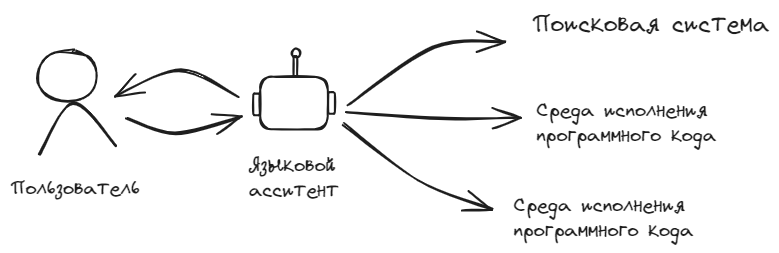
This is images/theory/llm/tool.excalidraw.png from NMashalov/EducationGenerativeModelApplication, a Excalidraw export, as it was before one commit. Source tidied: one line per element, renumbered; positions are measured from the earlier drawing's top-left corner, leaving out a move shared by most shapes.
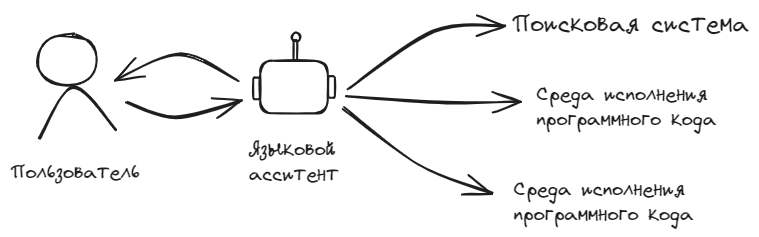
After the change.

The edit, as a diff of the source:
```diff
@@ -6,8 +6,8 @@
 {"id": 5, "type": "arrow", "strokeColor": "#1e1e1e", "strokeWidth": 2, "roughness": 1, "endArrowhead": "arrow", "round": true, "to": 1, "x": 117, "y": 108, "width": 113, "height": 16, "points": [[0, 0], [49, 16], [113, 0]]}
 {"id": 6, "type": "line", "strokeColor": "#1e1e1e", "strokeWidth": 2, "roughness": 1, "round": true, "x": 30, "y": 144, "width": 75, "height": 51, "points": [[0, 0], [33, -51], [75, -7]]}
 {"id": 7, "type": "ellipse", "strokeColor": "#1e1e1e", "strokeWidth": 2, "roughness": 1, "round": true, "x": 27, "y": 40, "width": 60, "height": 51}
-{"id": 8, "type": "text", "text": "Поисковая система", "strokeColor": "#1e1e1e", "strokeWidth": 2, "roughness": 1, "fontSize": 24.81, "fontFamily": 1, "x": 522, "y": 0, "width": 238, "height": 31}
+{"id": 8, "type": "text", "text": "Поисковая система", "strokeColor": "#1e1e1e", "strokeWidth": 2, "roughness": 1, "fontSize": 24.81, "fontFamily": 1, "x": 501, "y": 16, "width": 238, "height": 31}
-{"id": 9, "type": "arrow", "strokeColor": "#1e1e1e", "strokeWidth": 2, "roughness": 1, "endArrowhead": "arrow", "round": true, "from": 2, "x": 338, "y": 95, "width": 156, "height": 62, "points": [[0, 0], [85, -58], [156, -62]]}
+{"id": 9, "type": "arrow", "strokeColor": "#1e1e1e", "strokeWidth": 2, "roughness": 1, "endArrowhead": "arrow", "round": true, "from": 2, "to": 8, "x": 338, "y": 95, "width": 156, "height": 62, "points": [[0, 0], [85, -58], [156, -62]]}
 {"id": 10, "type": "text", "text": "Среда исполнения\nпрограммного кода", "strokeColor": "#1e1e1e", "strokeWidth": 2, "roughness": 1, "fontSize": 20, "fontFamily": 1, "x": 526, "y": 89, "width": 180, "height": 50}
 {"id": 11, "type": "text", "text": "Среда исполнения\nпрограммного кода", "strokeColor": "#1e1e1e", "strokeWidth": 2, "roughness": 1, "fontSize": 20, "fontFamily": 1, "x": 503, "y": 184, "width": 180, "height": 50}
 {"id": 12, "type": "text", "text": "Языковой\nасситент", "strokeColor": "#1e1e1e", "strokeWidth": 2, "roughness": 1, "fontSize": 20, "fontFamily": 1, "x": 239, "y": 144, "width": 90, "height": 50}
```
